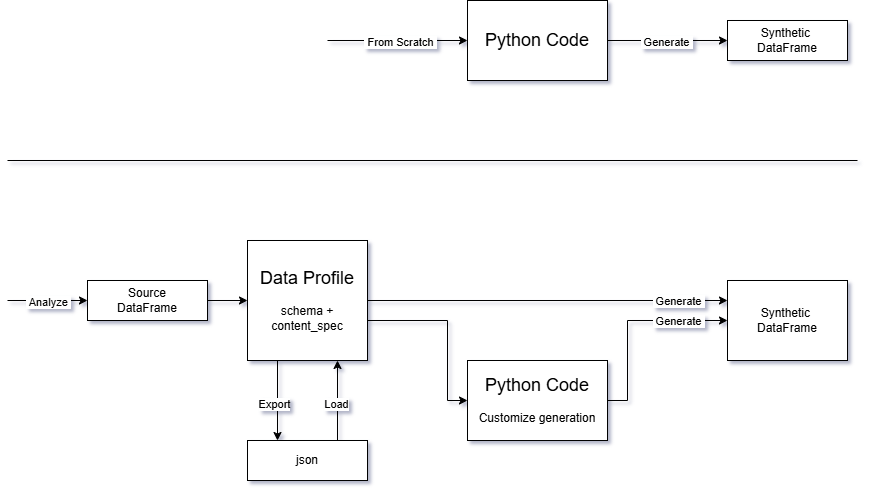
Before: docs/images/parrot_flows.png, a diagram exported from draw.io (dorren/parrotpy). Source tidied: cells renumbered, new cells last; positions are measured from the earlier drawing's top-left corner, leaving out a move shared by most shapes. Its diagram source:
```xml
<mxGraphModel>
  <root>
    <mxCell id="0" />
    <mxCell id="1" parent="0" />
    <mxCell id="2" value="Source&lt;div&gt;DataFrame&lt;/div&gt;" style="rounded=0;whiteSpace=wrap;html=1;" parent="1" vertex="1">
      <mxGeometry x="80" y="280" width="120" height="40" as="geometry" />
    </mxCell>
    <mxCell id="3" value="&lt;font style=&quot;font-size: 18px;&quot;&gt;Data Profile&lt;/font&gt;&lt;div&gt;&lt;br&gt;&lt;div&gt;schema +&lt;/div&gt;&lt;div&gt;content_spec&lt;/div&gt;&lt;/div&gt;" style="rounded=0;whiteSpace=wrap;html=1;" parent="1" vertex="1">
      <mxGeometry x="240" y="240" width="120" height="120" as="geometry" />
    </mxCell>
    <mxCell id="4" style="endArrow=classic;html=1;rounded=0;exitX=1;exitY=0.5;exitDx=0;exitDy=0;entryX=0;entryY=0.5;entryDx=0;entryDy=0;" parent="1" edge="1" source="2" target="3">
      <mxGeometry relative="1" as="geometry" />
    </mxCell>
    <mxCell id="5" value="&lt;font style=&quot;font-size: 18px;&quot;&gt;Python Code&lt;/font&gt;&lt;div&gt;&lt;br&gt;&lt;/div&gt;&lt;div&gt;Customize generation&lt;/div&gt;" style="rounded=0;whiteSpace=wrap;html=1;" parent="1" vertex="1">
      <mxGeometry x="460" y="360" width="140" height="80" as="geometry" />
    </mxCell>
    <mxCell id="6" style="endArrow=classic;html=1;rounded=0;entryX=0;entryY=0.5;entryDx=0;entryDy=0;" parent="1" edge="1" target="5">
      <mxGeometry relative="1" as="geometry">
        <mxPoint x="360" y="320" as="sourcePoint" />
        <Array as="points">
          <mxPoint x="440" y="320" />
          <mxPoint x="440" y="400" />
        </Array>
      </mxGeometry>
    </mxCell>
    <mxCell id="7" value="json" style="rounded=0;whiteSpace=wrap;html=1;" parent="1" vertex="1">
      <mxGeometry x="240" y="440" width="120" height="40" as="geometry" />
    </mxCell>
    <mxCell id="8" value="Synthetic&amp;nbsp;&lt;div&gt;DataFrame&lt;/div&gt;" style="rounded=0;whiteSpace=wrap;html=1;" parent="1" vertex="1">
      <mxGeometry x="720" y="280" width="120" height="80" as="geometry" />
    </mxCell>
    <mxCell id="9" style="endArrow=classic;html=1;rounded=0;exitX=1;exitY=0.5;exitDx=0;exitDy=0;entryX=0;entryY=0.5;entryDx=0;entryDy=0;" parent="1" edge="1" source="5" target="8">
      <mxGeometry relative="1" as="geometry">
        <Array as="points">
          <mxPoint x="620" y="400" />
          <mxPoint x="620" y="320" />
        </Array>
      </mxGeometry>
    </mxCell>
    <mxCell id="10" value="&amp;nbsp;Generate&amp;nbsp;" style="edgeLabel;html=1;align=center;verticalAlign=middle;" parent="9" vertex="1">
      <mxGeometry x="0.5" relative="1" as="geometry" />
    </mxCell>
    <mxCell id="11" style="endArrow=classic;html=1;rounded=0;exitX=1;exitY=0.5;exitDx=0;exitDy=0;" parent="1" edge="1" source="3">
      <mxGeometry relative="1" as="geometry">
        <mxPoint x="720" y="300" as="targetPoint" />
      </mxGeometry>
    </mxCell>
    <mxCell id="12" value="&amp;nbsp;Generate&amp;nbsp;" style="edgeLabel;html=1;align=center;verticalAlign=middle;" parent="11" vertex="1">
      <mxGeometry x="0.77" y="-1" relative="1" as="geometry">
        <mxPoint x="-9" y="-1" as="offset" />
      </mxGeometry>
    </mxCell>
    <mxCell id="13" style="endArrow=classic;html=1;rounded=0;exitX=0.25;exitY=1;exitDx=0;exitDy=0;entryX=0.25;entryY=0;entryDx=0;entryDy=0;" parent="1" edge="1" source="3" target="7">
      <mxGeometry relative="1" as="geometry" />
    </mxCell>
    <mxCell id="14" value="Export" style="edgeLabel;html=1;align=center;verticalAlign=middle;" parent="13" vertex="1">
      <mxGeometry x="0.08" y="-4" relative="1" as="geometry" />
    </mxCell>
    <mxCell id="15" style="endArrow=classic;html=1;rounded=0;exitX=0.75;exitY=0;exitDx=0;exitDy=0;entryX=0.75;entryY=1;entryDx=0;entryDy=0;" parent="1" edge="1" source="7" target="3">
      <mxGeometry relative="1" as="geometry" />
    </mxCell>
    <mxCell id="16" value="Load" style="edgeLabel;html=1;align=center;verticalAlign=middle;" parent="15" vertex="1">
      <mxGeometry x="-0.08" y="2" relative="1" as="geometry" />
    </mxCell>
    <mxCell id="17" style="endArrow=classic;html=1;rounded=0;" parent="1" edge="1">
      <mxGeometry relative="1" as="geometry">
        <mxPoint y="300" as="sourcePoint" />
        <mxPoint x="80" y="300" as="targetPoint" />
      </mxGeometry>
    </mxCell>
    <mxCell id="18" value="&amp;nbsp;Analyze&amp;nbsp;" style="edgeLabel;html=1;align=center;verticalAlign=middle;" parent="17" vertex="1">
      <mxGeometry x="-0.01" y="-1" relative="1" as="geometry" />
    </mxCell>
    <mxCell id="19" value="&lt;div&gt;&lt;span style=&quot;background-color: transparent; color: light-dark(rgb(0, 0, 0), rgb(255, 255, 255)); font-size: 18px;&quot;&gt;Python Code&lt;/span&gt;&lt;/div&gt;" style="rounded=0;whiteSpace=wrap;html=1;" parent="1" vertex="1">
      <mxGeometry x="460" width="140" height="80" as="geometry" />
    </mxCell>
    <mxCell id="20" value="Synthetic&amp;nbsp;&lt;div&gt;DataFrame&lt;/div&gt;" style="rounded=0;whiteSpace=wrap;html=1;" parent="1" vertex="1">
      <mxGeometry x="720" y="20" width="120" height="40" as="geometry" />
    </mxCell>
    <mxCell id="21" style="endArrow=classic;html=1;rounded=0;exitX=1;exitY=0.5;exitDx=0;exitDy=0;entryX=0;entryY=0.5;entryDx=0;entryDy=0;" parent="1" edge="1" source="19" target="20">
      <mxGeometry relative="1" as="geometry" />
    </mxCell>
    <mxCell id="22" value="&amp;nbsp;Generate&amp;nbsp;" style="edgeLabel;html=1;align=center;verticalAlign=middle;" parent="21" vertex="1">
      <mxGeometry x="-0.04" y="-1" relative="1" as="geometry" />
    </mxCell>
    <mxCell id="23" style="endArrow=none;html=1;rounded=0;" parent="1" edge="1">
      <mxGeometry relative="1" as="geometry">
        <mxPoint y="160" as="sourcePoint" />
        <mxPoint x="850" y="160" as="targetPoint" />
      </mxGeometry>
    </mxCell>
    <mxCell id="24" style="endArrow=classic;html=1;rounded=0;entryX=0;entryY=0.5;entryDx=0;entryDy=0;" parent="1" edge="1" target="19">
      <mxGeometry relative="1" as="geometry">
        <mxPoint x="320" y="40" as="sourcePoint" />
      </mxGeometry>
    </mxCell>
    <mxCell id="25" value="&amp;nbsp;From Scratch&amp;nbsp;" style="edgeLabel;html=1;align=center;verticalAlign=middle;" parent="24" vertex="1">
      <mxGeometry x="0.02" y="-1" relative="1" as="geometry" />
    </mxCell>
  </root>
</mxGraphModel>
```
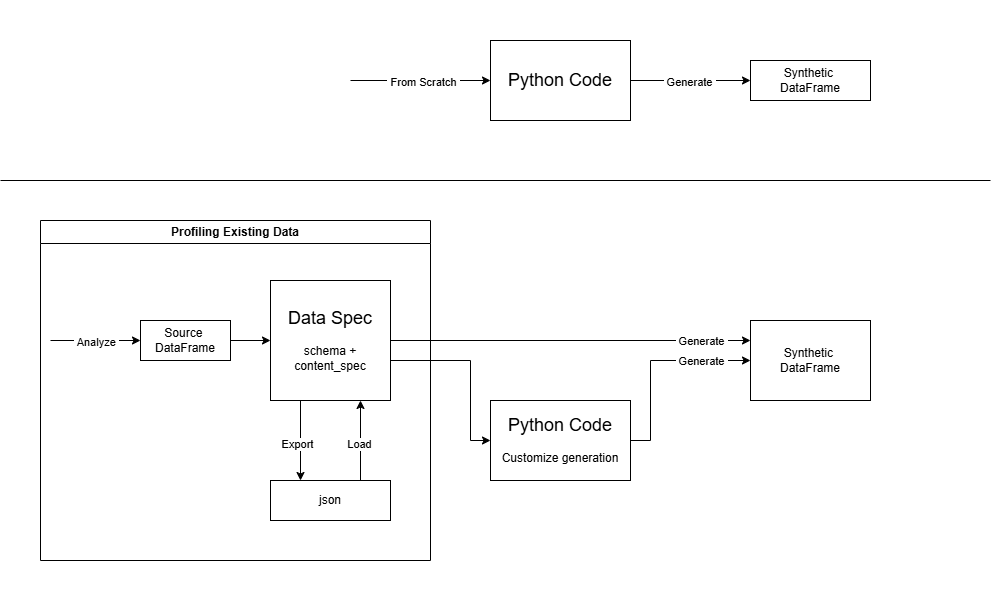
The same file after the commit.

Diff of the diagram source:
```diff
@@ -2,10 +2,7 @@
   <root>
     <mxCell id="0" />
     <mxCell id="1" parent="0" />
-    <mxCell id="2" value="Source&lt;div&gt;DataFrame&lt;/div&gt;" style="rounded=0;whiteSpace=wrap;html=1;" parent="1" vertex="1">
-      <mxGeometry x="80" y="280" width="120" height="40" as="geometry" />
-    </mxCell>
-    <mxCell id="3" value="&lt;font style=&quot;font-size: 18px;&quot;&gt;Data Profile&lt;/font&gt;&lt;div&gt;&lt;br&gt;&lt;div&gt;schema +&lt;/div&gt;&lt;div&gt;content_spec&lt;/div&gt;&lt;/div&gt;" style="rounded=0;whiteSpace=wrap;html=1;" parent="1" vertex="1">
+    <mxCell id="3" value="&lt;font style=&quot;font-size: 18px;&quot;&gt;Data Spec&lt;/font&gt;&lt;div&gt;&lt;br&gt;&lt;div&gt;schema +&lt;/div&gt;&lt;div&gt;content_spec&lt;/div&gt;&lt;/div&gt;" style="rounded=0;whiteSpace=wrap;html=1;" parent="1" vertex="1">
       <mxGeometry x="240" y="240" width="120" height="120" as="geometry" />
     </mxCell>
     <mxCell id="4" style="endArrow=classic;html=1;rounded=0;exitX=1;exitY=0.5;exitDx=0;exitDy=0;entryX=0;entryY=0.5;entryDx=0;entryDy=0;" parent="1" edge="1" source="2" target="3">
@@ -62,10 +59,9 @@
     <mxCell id="16" value="Load" style="edgeLabel;html=1;align=center;verticalAlign=middle;" parent="15" vertex="1">
       <mxGeometry x="-0.08" y="2" relative="1" as="geometry" />
     </mxCell>
-    <mxCell id="17" style="endArrow=classic;html=1;rounded=0;" parent="1" edge="1">
+    <mxCell id="17" style="endArrow=classic;html=1;rounded=0;entryX=0;entryY=0.5;entryDx=0;entryDy=0;" parent="1" edge="1" target="2">
       <mxGeometry relative="1" as="geometry">
-        <mxPoint y="300" as="sourcePoint" />
-        <mxPoint x="80" y="300" as="targetPoint" />
+        <mxPoint x="20" y="300" as="sourcePoint" />
       </mxGeometry>
     </mxCell>
     <mxCell id="18" value="&amp;nbsp;Analyze&amp;nbsp;" style="edgeLabel;html=1;align=center;verticalAlign=middle;" parent="17" vertex="1">
@@ -85,8 +81,8 @@
     </mxCell>
     <mxCell id="23" style="endArrow=none;html=1;rounded=0;" parent="1" edge="1">
       <mxGeometry relative="1" as="geometry">
-        <mxPoint y="160" as="sourcePoint" />
-        <mxPoint x="850" y="160" as="targetPoint" />
+        <mxPoint x="-30" y="140" as="sourcePoint" />
+        <mxPoint x="960" y="140" as="targetPoint" />
       </mxGeometry>
     </mxCell>
     <mxCell id="24" style="endArrow=classic;html=1;rounded=0;entryX=0;entryY=0.5;entryDx=0;entryDy=0;" parent="1" edge="1" target="19">
@@ -97,5 +93,11 @@
     <mxCell id="25" value="&amp;nbsp;From Scratch&amp;nbsp;" style="edgeLabel;html=1;align=center;verticalAlign=middle;" parent="24" vertex="1">
       <mxGeometry x="0.02" y="-1" relative="1" as="geometry" />
     </mxCell>
+    <mxCell id="2" value="Source&amp;nbsp;&lt;div&gt;DataFrame&lt;/div&gt;" style="rounded=0;whiteSpace=wrap;html=1;" parent="1" vertex="1">
+      <mxGeometry x="110" y="280" width="90" height="40" as="geometry" />
+    </mxCell>
+    <mxCell id="26" value="Profiling Existing Data" style="swimlane;whiteSpace=wrap;html=1;" parent="1" vertex="1">
+      <mxGeometry x="10" y="180" width="390" height="340" as="geometry" />
+    </mxCell>
   </root>
 </mxGraphModel>
```
